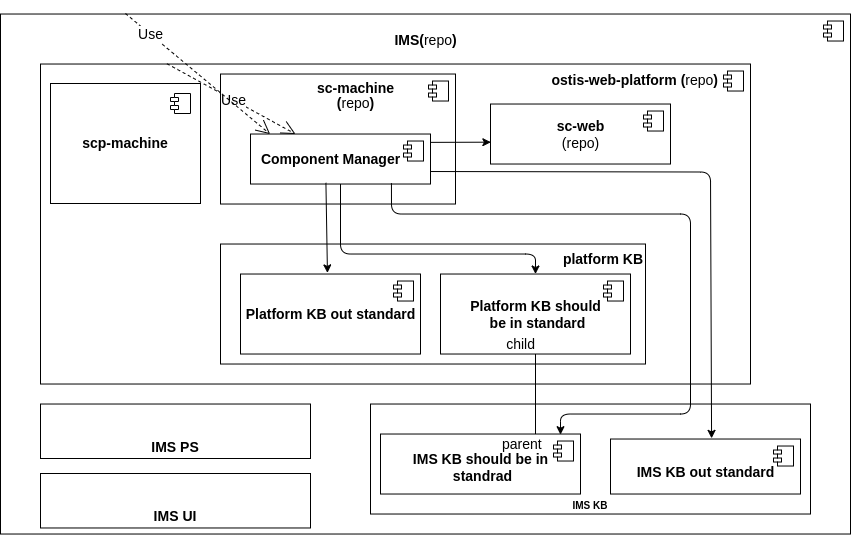
Before: docs/images/metasystem_architecture.png, a diagram exported from draw.io (ostis-ai/ostis-metasystem). Source tidied: cells renumbered, new cells last; positions are measured from the earlier drawing's top-left corner, leaving out a move shared by most shapes.
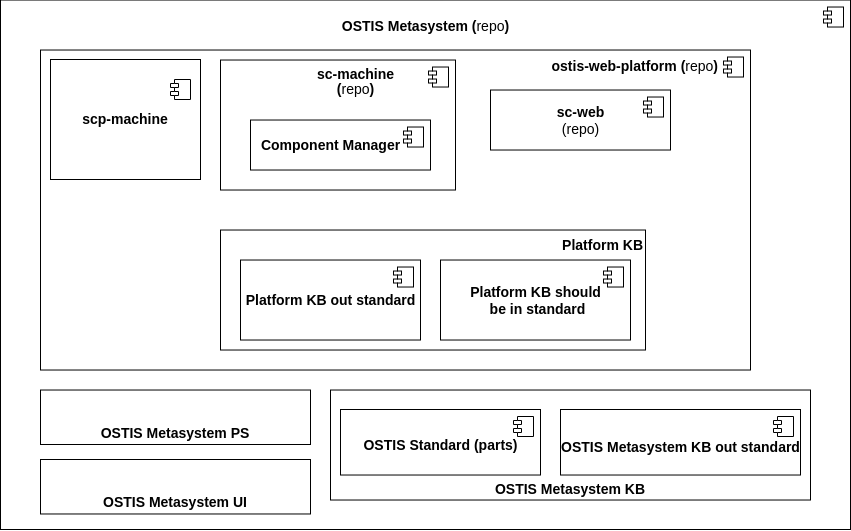
The same file after the commit.

Change to the diagram source:
```diff
@@ -2,8 +2,8 @@
   <root>
     <mxCell id="0" />
     <mxCell id="1" parent="0" />
-    <mxCell id="2" value="&lt;p style=&quot;line-height: 120%;&quot;&gt;&lt;span style=&quot;font-size: 14px;&quot;&gt;&lt;b&gt;IMS(&lt;/b&gt;repo&lt;b&gt;)&lt;/b&gt;&lt;/span&gt;&lt;/p&gt;" style="html=1;fillColor=none;align=center;verticalAlign=top;" parent="1" vertex="1">
-      <mxGeometry y="-0.5" width="850" height="520" as="geometry" />
+    <mxCell id="2" value="&lt;p style=&quot;line-height: 120%;&quot;&gt;&lt;span style=&quot;font-size: 14px;&quot;&gt;&lt;b&gt;OSTIS Metasystem (&lt;/b&gt;repo&lt;b&gt;)&lt;/b&gt;&lt;/span&gt;&lt;/p&gt;" style="html=1;fillColor=none;align=center;verticalAlign=top;" parent="1" vertex="1">
+      <mxGeometry y="-0.5" width="850" height="529.5" as="geometry" />
     </mxCell>
     <mxCell id="3" style="shape=module;jettyWidth=8;jettyHeight=4;" parent="2" vertex="1">
       <mxGeometry x="1" width="20" height="20" relative="1" as="geometry">
@@ -18,11 +18,11 @@
         <mxPoint x="-27" y="7" as="offset" />
       </mxGeometry>
     </mxCell>
-    <mxCell id="6" value="&lt;font style=&quot;font-size: 14px&quot;&gt;&lt;b&gt;platform KB&lt;/b&gt;&lt;/font&gt;" style="rounded=0;whiteSpace=wrap;html=1;fillColor=none;verticalAlign=top;align=right;" parent="1" vertex="1">
+    <mxCell id="6" value="&lt;font style=&quot;font-size: 14px&quot;&gt;&lt;b&gt;Platform KB&lt;/b&gt;&lt;/font&gt;" style="rounded=0;whiteSpace=wrap;html=1;fillColor=none;verticalAlign=top;align=right;" parent="1" vertex="1">
       <mxGeometry x="220" y="229.5" width="425" height="120" as="geometry" />
     </mxCell>
-    <mxCell id="7" value="&lt;font size=&quot;1&quot;&gt;&lt;b&gt;IMS KB&lt;/b&gt;&lt;/font&gt;" style="rounded=0;whiteSpace=wrap;html=1;fillColor=none;verticalAlign=bottom;" parent="1" vertex="1">
-      <mxGeometry x="370" y="389.5" width="440" height="110" as="geometry" />
+    <mxCell id="7" value="&lt;b style=&quot;border-color: var(--border-color);&quot;&gt;&lt;font style=&quot;border-color: var(--border-color); font-size: 14px;&quot;&gt;OSTIS Metasystem KB&lt;/font&gt;&lt;/b&gt;" style="rounded=0;whiteSpace=wrap;html=1;fillColor=none;verticalAlign=bottom;" parent="1" vertex="1">
+      <mxGeometry x="330" y="389.5" width="480" height="110" as="geometry" />
     </mxCell>
     <mxCell id="8" value="&lt;p style=&quot;line-height: 120%&quot;&gt;&lt;span style=&quot;font-size: 14px&quot;&gt;&lt;b&gt;sc-machine&lt;br&gt;&lt;/b&gt;&lt;/span&gt;&lt;b style=&quot;font-size: 14px&quot;&gt;(&lt;/b&gt;&lt;span style=&quot;font-size: 14px&quot;&gt;repo&lt;/span&gt;&lt;b style=&quot;font-size: 14px&quot;&gt;)&lt;/b&gt;&lt;/p&gt;" style="html=1;fillColor=none;align=center;verticalAlign=top;spacingTop=-12;spacingBottom=0;spacingLeft=35;" parent="1" vertex="1">
       <mxGeometry x="220" y="59.5" width="235" height="130" as="geometry" />
@@ -48,102 +48,49 @@
         <mxPoint x="-27" y="7" as="offset" />
       </mxGeometry>
     </mxCell>
-    <mxCell id="14" value="Use" style="endArrow=open;endSize=12;dashed=1;html=1;rounded=0;fontSize=14;entryX=0.25;entryY=0;entryDx=0;entryDy=0;exitX=0.178;exitY=-0.001;exitDx=0;exitDy=0;exitPerimeter=0;" parent="1" edge="1" source="4" target="22">
-      <mxGeometry x="0.03" relative="1" as="geometry" />
+    <mxCell id="14" value="&lt;b style=&quot;border-color: var(--border-color);&quot;&gt;&lt;font style=&quot;border-color: var(--border-color); font-size: 14px;&quot;&gt;OSTIS Metasystem&lt;/font&gt;&lt;/b&gt;&lt;span style=&quot;font-size: 14px;&quot;&gt;&lt;b&gt;&amp;nbsp;KB out standard&lt;/b&gt;&lt;b&gt;&lt;br&gt;&lt;/b&gt;&lt;/span&gt;" style="html=1;spacingTop=11;" parent="1" vertex="1">
+      <mxGeometry x="560" y="409" width="240" height="65.5" as="geometry" />
     </mxCell>
-    <mxCell id="15" value="&lt;span style=&quot;font-size: 14px;&quot;&gt;&lt;b&gt;IMS KB out standard&lt;/b&gt;&lt;b&gt;&lt;br&gt;&lt;/b&gt;&lt;/span&gt;" style="html=1;spacingTop=11;" parent="1" vertex="1">
-      <mxGeometry x="610" y="424.5" width="190" height="55" as="geometry" />
+    <mxCell id="15" style="shape=module;jettyWidth=8;jettyHeight=4;" parent="14" vertex="1">
+      <mxGeometry x="1" width="20" height="20" relative="1" as="geometry">
+        <mxPoint x="-27" y="7" as="offset" />
+      </mxGeometry>
     </mxCell>
-    <mxCell id="16" style="shape=module;jettyWidth=8;jettyHeight=4;" parent="15" vertex="1">
-      <mxGeometry x="1" width="20" height="20" relative="1" as="geometry">
-        <mxPoint x="-27" y="7" as="offset" />
-      </mxGeometry>
+    <mxCell id="16" value="&lt;span style=&quot;font-size: 14px&quot;&gt;&lt;b&gt;OSTIS Standard (parts)&lt;br&gt;&lt;/b&gt;&lt;/span&gt;" style="html=1;spacingTop=7;" parent="1" vertex="1">
+      <mxGeometry x="340" y="409" width="200" height="65.5" as="geometry" />
     </mxCell>
-    <mxCell id="17" value="&lt;b style=&quot;font-size: 14px&quot;&gt;IMS KB should be in&lt;br&gt;&amp;nbsp;standrad&lt;/b&gt;&lt;span style=&quot;font-size: 14px&quot;&gt;&lt;b&gt;&lt;br&gt;&lt;/b&gt;&lt;/span&gt;" style="html=1;spacingTop=7;" parent="1" vertex="1">
-      <mxGeometry x="380" y="419.5" width="200" height="60" as="geometry" />
+    <mxCell id="17" style="shape=module;jettyWidth=8;jettyHeight=4;" parent="16" vertex="1">
+      <mxGeometry x="1" width="20" height="20" relative="1" as="geometry">
+        <mxPoint x="-27" y="7" as="offset" />
+      </mxGeometry>
     </mxCell>
-    <mxCell id="18" style="shape=module;jettyWidth=8;jettyHeight=4;" parent="17" vertex="1">
-      <mxGeometry x="1" width="20" height="20" relative="1" as="geometry">
-        <mxPoint x="-27" y="7" as="offset" />
-      </mxGeometry>
+    <mxCell id="18" value="&lt;font style=&quot;font-size: 14px&quot;&gt;&lt;b&gt;Component Manager&lt;/b&gt;&lt;br&gt;&lt;/font&gt;" style="html=1;fillColor=none;spacingLeft=-21;" parent="1" vertex="1">
+      <mxGeometry x="250" y="119.5" width="180" height="50" as="geometry" />
     </mxCell>
-    <mxCell id="19" style="endArrow=none;html=1;edgeStyle=orthogonalEdgeStyle;rounded=0;fontSize=14;" parent="1" edge="1" source="17" target="10">
-      <mxGeometry relative="1" as="geometry">
-        <Array as="points">
-          <mxPoint x="535" y="349.5" />
-          <mxPoint x="535" y="349.5" />
-        </Array>
+    <mxCell id="19" style="shape=module;jettyWidth=8;jettyHeight=4;" parent="18" vertex="1">
+      <mxGeometry x="1" width="20" height="20" relative="1" as="geometry">
+        <mxPoint x="-27" y="7" as="offset" />
       </mxGeometry>
     </mxCell>
-    <mxCell id="20" value="parent" style="edgeLabel;html=1;align=left;verticalAlign=bottom;fontSize=14;fillColor=none;" parent="19" vertex="1">
-      <mxGeometry x="-1" relative="1" as="geometry">
-        <mxPoint x="-35" y="20" as="offset" />
-      </mxGeometry>
+    <mxCell id="20" value="&lt;span style=&quot;font-size: 14px;&quot;&gt;&lt;b&gt;Platform KB out standard&lt;/b&gt;&lt;b&gt;&lt;br&gt;&lt;/b&gt;&lt;/span&gt;" style="html=1;" parent="1" vertex="1">
+      <mxGeometry x="240" y="259.5" width="180" height="80" as="geometry" />
     </mxCell>
-    <mxCell id="21" value="child" style="edgeLabel;html=1;align=right;verticalAlign=bottom;fontSize=14;fillColor=none;" parent="19" vertex="1">
-      <mxGeometry x="1" relative="1" as="geometry" />
+    <mxCell id="21" style="shape=module;jettyWidth=8;jettyHeight=4;" parent="20" vertex="1">
+      <mxGeometry x="1" width="20" height="20" relative="1" as="geometry">
+        <mxPoint x="-27" y="7" as="offset" />
+      </mxGeometry>
     </mxCell>
-    <mxCell id="22" value="&lt;font style=&quot;font-size: 14px&quot;&gt;&lt;b&gt;Component Manager&lt;/b&gt;&lt;br&gt;&lt;/font&gt;" style="html=1;fillColor=none;spacingLeft=-21;" parent="1" vertex="1">
-      <mxGeometry x="250" y="119.5" width="180" height="50" as="geometry" />
+    <mxCell id="22" value="&lt;b&gt;&lt;font style=&quot;font-size: 14px;&quot;&gt;scp-machine&lt;/font&gt;&lt;/b&gt;" style="rounded=0;whiteSpace=wrap;html=1;fillColor=none;" parent="1" vertex="1">
+      <mxGeometry x="50" y="59" width="150" height="120" as="geometry" />
     </mxCell>
-    <mxCell id="23" style="shape=module;jettyWidth=8;jettyHeight=4;" parent="22" vertex="1">
-      <mxGeometry x="1" width="20" height="20" relative="1" as="geometry">
-        <mxPoint x="-27" y="7" as="offset" />
-      </mxGeometry>
+    <mxCell id="23" style="shape=module;jettyWidth=8;jettyHeight=4;" parent="1" vertex="1">
+      <mxGeometry x="170" y="79" width="20" height="20" as="geometry" />
     </mxCell>
-    <mxCell id="24" value="&lt;span style=&quot;font-size: 14px;&quot;&gt;&lt;b&gt;Platform KB out standard&lt;/b&gt;&lt;b&gt;&lt;br&gt;&lt;/b&gt;&lt;/span&gt;" style="html=1;" parent="1" vertex="1">
-      <mxGeometry x="240" y="259.5" width="180" height="80" as="geometry" />
+    <mxCell id="24" value="&lt;b style=&quot;&quot;&gt;&lt;font style=&quot;font-size: 14px;&quot;&gt;OSTIS Metasystem PS&lt;/font&gt;&lt;/b&gt;" style="rounded=0;whiteSpace=wrap;html=1;fillColor=none;verticalAlign=bottom;" parent="1" vertex="1">
+      <mxGeometry x="40" y="389.5" width="270" height="54.5" as="geometry" />
     </mxCell>
-    <mxCell id="25" style="shape=module;jettyWidth=8;jettyHeight=4;" parent="24" vertex="1">
-      <mxGeometry x="1" width="20" height="20" relative="1" as="geometry">
-        <mxPoint x="-27" y="7" as="offset" />
-      </mxGeometry>
+    <mxCell id="25" value="&lt;b style=&quot;border-color: var(--border-color);&quot;&gt;&lt;font style=&quot;border-color: var(--border-color); font-size: 14px;&quot;&gt;OSTIS Metasystem&lt;/font&gt;&lt;/b&gt;&lt;b style=&quot;&quot;&gt;&lt;font style=&quot;font-size: 14px;&quot;&gt;&amp;nbsp;UI&lt;/font&gt;&lt;/b&gt;" style="rounded=0;whiteSpace=wrap;html=1;fillColor=none;verticalAlign=bottom;" parent="1" vertex="1">
+      <mxGeometry x="40" y="459" width="270" height="54.5" as="geometry" />
     </mxCell>
-    <mxCell id="26" style="endArrow=classic;html=1;exitX=1.002;exitY=0.167;exitDx=0;exitDy=0;entryX=0.002;entryY=0.636;entryDx=0;entryDy=0;entryPerimeter=0;exitPerimeter=0;" parent="1" edge="1" source="22" target="12">
-      <mxGeometry relative="1" as="geometry" />
-    </mxCell>
-    <mxCell id="27" value="Use" style="endArrow=open;endSize=12;dashed=1;html=1;rounded=0;fontSize=14;entryX=0.109;entryY=0.002;entryDx=0;entryDy=0;entryPerimeter=0;exitX=0.147;exitY=-0.001;exitDx=0;exitDy=0;exitPerimeter=0;" parent="1" edge="1" source="2" target="22">
-      <mxGeometry x="-0.65" relative="1" as="geometry" />
-    </mxCell>
-    <mxCell id="28" style="endArrow=classic;html=1;entryX=0.483;entryY=-0.014;entryDx=0;entryDy=0;exitX=0.419;exitY=0.976;exitDx=0;exitDy=0;exitPerimeter=0;entryPerimeter=0;" parent="1" edge="1" source="22" target="24">
-      <mxGeometry relative="1" as="geometry" />
-    </mxCell>
-    <mxCell id="29" style="endArrow=classic;html=1;exitX=0.5;exitY=1;exitDx=0;exitDy=0;entryX=0.5;entryY=0;entryDx=0;entryDy=0;" parent="1" edge="1" source="22" target="10">
-      <mxGeometry relative="1" as="geometry">
-        <Array as="points">
-          <mxPoint x="340" y="239.5" />
-          <mxPoint x="535" y="239.5" />
-        </Array>
-      </mxGeometry>
-    </mxCell>
-    <mxCell id="30" style="endArrow=classic;html=1;exitX=0.783;exitY=0.983;exitDx=0;exitDy=0;exitPerimeter=0;entryX=0.9;entryY=0.011;entryDx=0;entryDy=0;entryPerimeter=0;" parent="1" edge="1" source="22" target="17">
-      <mxGeometry relative="1" as="geometry">
-        <Array as="points">
-          <mxPoint x="391" y="199.5" />
-          <mxPoint x="690" y="199.5" />
-          <mxPoint x="690" y="399.5" />
-          <mxPoint x="560" y="399.5" />
-        </Array>
-      </mxGeometry>
-    </mxCell>
-    <mxCell id="31" style="endArrow=classic;html=1;exitX=1;exitY=0.75;exitDx=0;exitDy=0;entryX=0.532;entryY=-0.012;entryDx=0;entryDy=0;entryPerimeter=0;" parent="1" edge="1" source="22" target="15">
-      <mxGeometry relative="1" as="geometry">
-        <Array as="points">
-          <mxPoint x="710" y="157.5" />
-        </Array>
-      </mxGeometry>
-    </mxCell>
-    <mxCell id="32" value="&lt;b&gt;&lt;font style=&quot;font-size: 14px;&quot;&gt;scp-machine&lt;/font&gt;&lt;/b&gt;" style="rounded=0;whiteSpace=wrap;html=1;fillColor=none;" parent="1" vertex="1">
-      <mxGeometry x="50" y="69" width="150" height="120" as="geometry" />
-    </mxCell>
-    <mxCell id="33" style="shape=module;jettyWidth=8;jettyHeight=4;" parent="1" vertex="1">
-      <mxGeometry x="170" y="79" width="20" height="20" as="geometry" />
-    </mxCell>
-    <mxCell id="34" value="&lt;b style=&quot;&quot;&gt;&lt;font style=&quot;font-size: 14px;&quot;&gt;IMS PS&lt;/font&gt;&lt;/b&gt;" style="rounded=0;whiteSpace=wrap;html=1;fillColor=none;verticalAlign=bottom;" parent="1" vertex="1">
-      <mxGeometry x="40" y="389.5" width="270" height="54.5" as="geometry" />
-    </mxCell>
-    <mxCell id="35" value="&lt;b style=&quot;&quot;&gt;&lt;font style=&quot;font-size: 14px;&quot;&gt;IMS UI&lt;/font&gt;&lt;/b&gt;" style="rounded=0;whiteSpace=wrap;html=1;fillColor=none;verticalAlign=bottom;" parent="1" vertex="1">
-      <mxGeometry x="40" y="459" width="270" height="54.5" as="geometry" />
-    </mxCell>
   </root>
 </mxGraphModel>
```
